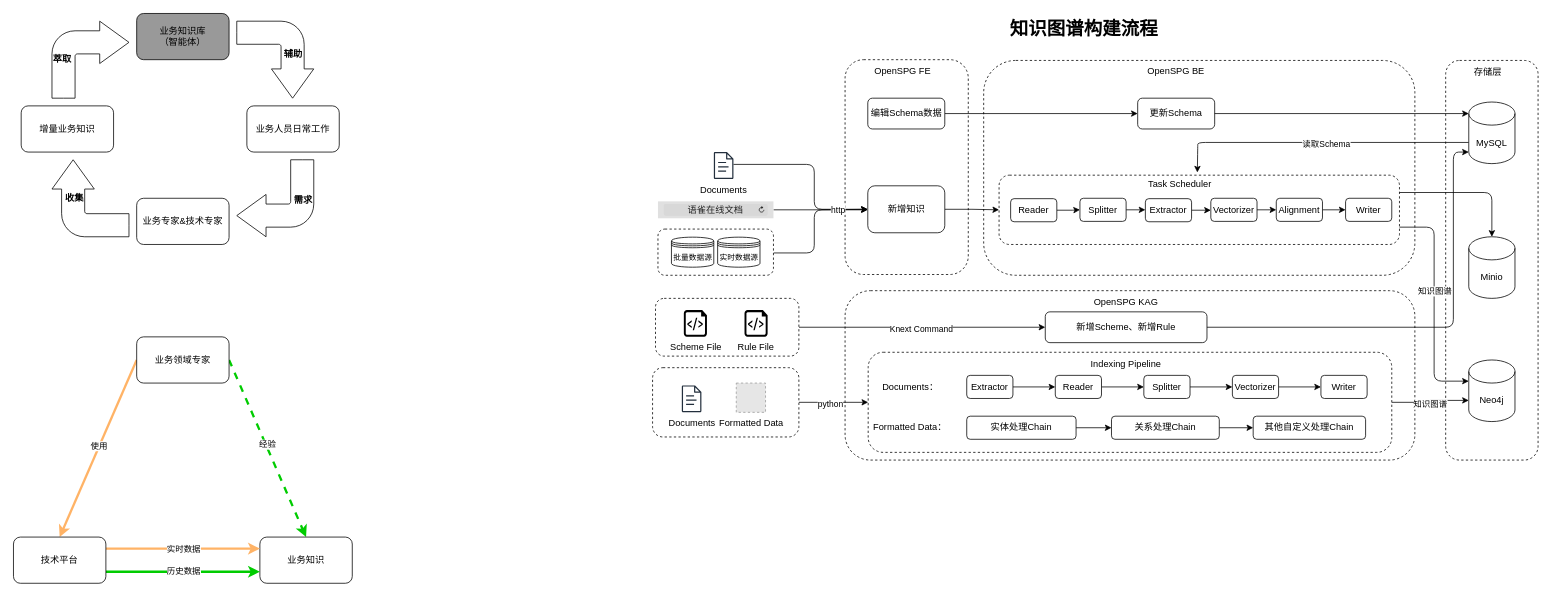
Before: biz_flow/垂直领域知识库构建整体流程.drawio in hlld3344/diagrams, a draw.io diagram. Source tidied: cells renumbered, new cells numbered last; positions are measured from the earlier drawing's top-left corner, leaving out a move shared by most shapes. Both pictures are drawn from the tidied source at 77%, with x=0, y=0 at pixel (13, 13). Pictures stored in the file or linked from it are replaced by grey dashed boxes.
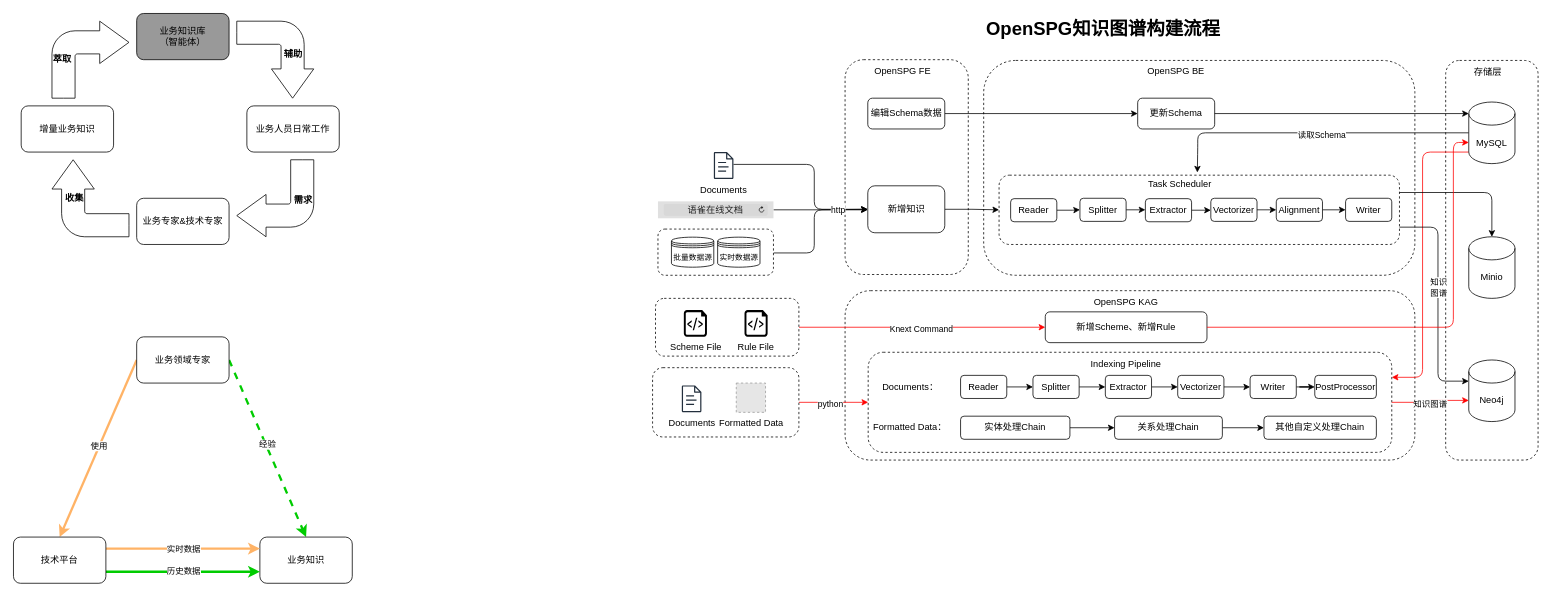
The same diagram, later.

Commit message:
更新垂直领域知识库构建整体流程.drawio

Unchanged cells that the change refers to:
```xml
<mxCell id="5" style="rounded=1;whiteSpace=wrap;html=1;dashed=1;" parent="1" vertex="1">
  <mxGeometry x="833.8" y="370" width="186.2" height="75" as="geometry" />
</mxCell>
<mxCell id="8" style="rounded=1;whiteSpace=wrap;html=1;dashed=1;" parent="1" vertex="1">
  <mxGeometry x="830" y="460" width="190" height="90" as="geometry" />
</mxCell>
<mxCell id="44" value="MySQL" style="shape=cylinder3;whiteSpace=wrap;html=1;boundedLbl=1;backgroundOutline=1;size=15;" parent="1" vertex="1">
  <mxGeometry x="1890" y="115" width="60" height="80" as="geometry" />
</mxCell>
<mxCell id="50" value="Neo4j" style="shape=cylinder3;whiteSpace=wrap;html=1;boundedLbl=1;backgroundOutline=1;size=15;" parent="1" vertex="1">
  <mxGeometry x="1890" y="450" width="60" height="80" as="geometry" />
</mxCell>
<mxCell id="58" style="rounded=1;whiteSpace=wrap;html=1;dashed=1;" parent="1" vertex="1">
  <mxGeometry x="1280" y="210" width="520" height="90" as="geometry" />
</mxCell>
<mxCell id="61" value="Task Scheduler" style="text;html=1;align=center;verticalAlign=middle;whiteSpace=wrap;rounded=0;" parent="1" vertex="1">
  <mxGeometry x="1470" y="206.5" width="90" height="30" as="geometry" />
</mxCell>
<mxCell id="77" style="rounded=1;whiteSpace=wrap;html=1;dashed=1;" parent="1" vertex="1">
  <mxGeometry x="1110" y="440" width="680" height="130" as="geometry" />
</mxCell>
<mxCell id="81" value="新增Scheme、新增Rule" style="rounded=1;whiteSpace=wrap;html=1;" parent="1" vertex="1">
  <mxGeometry x="1340" y="387.5" width="210" height="40" as="geometry" />
</mxCell>
```

Diff of the diagram source:
```diff
@@
-    <mxCell id="3" style="edgeStyle=orthogonalEdgeStyle;rounded=0;jettySize=auto;html=1;exitX=1;exitY=0.5;exitDx=0;exitDy=0;entryX=0;entryY=0.5;entryDx=0;entryDy=0;" parent="1" edge="1" source="5" target="81">
+    <mxCell id="3" style="edgeStyle=orthogonalEdgeStyle;rounded=0;jettySize=auto;html=1;exitX=1;exitY=0.5;exitDx=0;exitDy=0;entryX=0;entryY=0.5;entryDx=0;entryDy=0;strokeColor=#FF0000;" parent="1" edge="1" source="5" target="81">
       <mxGeometry relative="1" as="geometry" />
     </mxCell>
@@
-    <mxCell id="6" style="edgeStyle=orthogonalEdgeStyle;rounded=0;jettySize=auto;html=1;exitX=1;exitY=0.5;exitDx=0;exitDy=0;entryX=0;entryY=0.5;entryDx=0;entryDy=0;" parent="1" edge="1" source="8" target="77">
+    <mxCell id="6" style="edgeStyle=orthogonalEdgeStyle;rounded=0;jettySize=auto;html=1;exitX=1;exitY=0.5;exitDx=0;exitDy=0;entryX=0;entryY=0.5;entryDx=0;entryDy=0;strokeColor=#FF0000;" parent="1" edge="1" source="8" target="77">
       <mxGeometry relative="1" as="geometry" />
     </mxCell>
@@
-    <mxCell id="42" style="edgeStyle=orthogonalEdgeStyle;rounded=1;jettySize=auto;html=1;exitX=0;exitY=0;exitDx=0;exitDy=52.5;exitPerimeter=0;entryX=0.75;entryY=0;entryDx=0;entryDy=0;curved=0;" parent="1" edge="1" source="44" target="61">
+    <mxCell id="42" style="edgeStyle=orthogonalEdgeStyle;rounded=1;jettySize=auto;html=1;exitX=0;exitY=0.5;exitDx=0;exitDy=0;exitPerimeter=0;entryX=0.75;entryY=0;entryDx=0;entryDy=0;curved=0;" parent="1" edge="1" source="44" target="61">
       <mxGeometry relative="1" as="geometry">
         <Array as="points">
+          <mxPoint x="1538" y="155" />
           <mxPoint x="1538" y="173" />
-          <mxPoint x="1538" y="187" />
         </Array>
       </mxGeometry>
     </mxCell>
@@
+    <mxCell id="102" style="edgeStyle=orthogonalEdgeStyle;rounded=1;jettySize=auto;html=1;exitX=0;exitY=1;exitDx=0;exitDy=-15;exitPerimeter=0;entryX=1;entryY=0.25;entryDx=0;entryDy=0;curved=0;strokeColor=#FF0000;" parent="1" edge="1" source="44" target="77">
+      <mxGeometry relative="1" as="geometry">
+        <Array as="points">
+          <mxPoint x="1830" y="180" />
+          <mxPoint x="1830" y="473" />
+        </Array>
+      </mxGeometry>
+    </mxCell>
@@
     <mxCell id="71" style="edgeStyle=orthogonalEdgeStyle;rounded=1;jettySize=auto;html=1;exitX=1;exitY=0.75;exitDx=0;exitDy=0;entryX=0;entryY=0;entryDx=0;entryDy=27.5;entryPerimeter=0;curved=0;" parent="1" edge="1" source="58" target="50">
-      <mxGeometry relative="1" as="geometry" />
+      <mxGeometry relative="1" as="geometry">
+        <Array as="points">
+          <mxPoint x="1850" y="278" />
+          <mxPoint x="1850" y="478" />
+        </Array>
+      </mxGeometry>
     </mxCell>
-    <mxCell id="72" value="知识图谱" style="edgeLabel;html=1;align=center;verticalAlign=middle;" parent="71" vertex="1">
+    <mxCell id="72" value="知识&lt;div&gt;图谱&lt;/div&gt;" style="edgeLabel;html=1;align=center;verticalAlign=middle;" parent="71" vertex="1">
       <mxGeometry x="-0.12" relative="1" as="geometry" />
     </mxCell>
@@
-    <mxCell id="82" style="edgeStyle=orthogonalEdgeStyle;rounded=1;jettySize=auto;html=1;exitX=1;exitY=0.5;exitDx=0;exitDy=0;entryX=0;entryY=1;entryDx=0;entryDy=-15;entryPerimeter=0;curved=0;" parent="1" edge="1" source="81" target="44">
+    <mxCell id="82" style="edgeStyle=orthogonalEdgeStyle;rounded=1;jettySize=auto;html=1;exitX=1;exitY=0.5;exitDx=0;exitDy=0;entryX=0;entryY=0;entryDx=0;entryDy=52.5;entryPerimeter=0;curved=0;strokeColor=#FF0000;" parent="1" edge="1" source="81" target="44">
       <mxGeometry relative="1" as="geometry">
         <Array as="points">
           <mxPoint x="1870" y="408" />
-          <mxPoint x="1870" y="180" />
+          <mxPoint x="1870" y="168" />
         </Array>
       </mxGeometry>
     </mxCell>
@@
-    <mxCell id="84" value="Reader" style="rounded=1;whiteSpace=wrap;html=1;" parent="1" vertex="1">
-      <mxGeometry x="1353" y="470" width="60" height="30" as="geometry" />
+    <mxCell id="84" value="Splitter" style="rounded=1;whiteSpace=wrap;html=1;" parent="1" vertex="1">
+      <mxGeometry x="1324" y="470" width="60" height="30" as="geometry" />
     </mxCell>
@@
-    <mxCell id="86" value="Extractor" style="rounded=1;whiteSpace=wrap;html=1;" parent="1" vertex="1">
-      <mxGeometry x="1238" y="470" width="60" height="30" as="geometry" />
+    <mxCell id="86" value="Reader" style="rounded=1;whiteSpace=wrap;html=1;" parent="1" vertex="1">
+      <mxGeometry x="1230" y="470" width="60" height="30" as="geometry" />
     </mxCell>
@@
-    <mxCell id="88" value="Splitter" style="rounded=1;whiteSpace=wrap;html=1;" parent="1" vertex="1">
-      <mxGeometry x="1468" y="470" width="60" height="30" as="geometry" />
+    <mxCell id="88" value="Extractor" style="rounded=1;whiteSpace=wrap;html=1;" parent="1" vertex="1">
+      <mxGeometry x="1418" y="470" width="60" height="30" as="geometry" />
     </mxCell>
+    <mxCell id="103" style="edgeStyle=orthogonalEdgeStyle;rounded=0;jettySize=auto;html=1;exitX=1;exitY=0.5;exitDx=0;exitDy=0;" parent="1" edge="1" source="89" target="104">
+      <mxGeometry relative="1" as="geometry" />
+    </mxCell>
     <mxCell id="89" value="Writer" style="rounded=1;whiteSpace=wrap;html=1;" parent="1" vertex="1">
-      <mxGeometry x="1698" y="470" width="60" height="30" as="geometry" />
+      <mxGeometry x="1606" y="470" width="60" height="30" as="geometry" />
     </mxCell>
@@
     <mxCell id="91" value="Vectorizer" style="rounded=1;whiteSpace=wrap;html=1;" parent="1" vertex="1">
-      <mxGeometry x="1583" y="470" width="60" height="30" as="geometry" />
+      <mxGeometry x="1512" y="470" width="60" height="30" as="geometry" />
     </mxCell>
@@
     <mxCell id="95" value="实体处理Chain" style="rounded=1;whiteSpace=wrap;html=1;" parent="1" vertex="1">
-      <mxGeometry x="1238" y="523" width="142" height="30" as="geometry" />
+      <mxGeometry x="1230" y="523" width="142" height="30" as="geometry" />
     </mxCell>
-    <mxCell id="96" style="edgeStyle=orthogonalEdgeStyle;rounded=0;jettySize=auto;html=1;exitX=1;exitY=0.5;exitDx=0;exitDy=0;entryX=0;entryY=0;entryDx=0;entryDy=52.5;entryPerimeter=0;" parent="1" edge="1" source="77" target="50">
+    <mxCell id="96" style="edgeStyle=orthogonalEdgeStyle;rounded=0;jettySize=auto;html=1;exitX=1;exitY=0.5;exitDx=0;exitDy=0;entryX=0;entryY=0;entryDx=0;entryDy=52.5;entryPerimeter=0;strokeColor=#FF0000;" parent="1" edge="1" source="77" target="50">
       <mxGeometry relative="1" as="geometry" />
     </mxCell>
@@
     <mxCell id="99" value="关系处理Chain" style="rounded=1;whiteSpace=wrap;html=1;" parent="1" vertex="1">
-      <mxGeometry x="1426" y="523" width="140" height="30" as="geometry" />
+      <mxGeometry x="1430" y="523" width="140" height="30" as="geometry" />
     </mxCell>
     <mxCell id="100" value="其他自定义处理Chain" style="rounded=1;whiteSpace=wrap;html=1;" parent="1" vertex="1">
-      <mxGeometry x="1610" y="523" width="146" height="30" as="geometry" />
+      <mxGeometry x="1624" y="523" width="146" height="30" as="geometry" />
     </mxCell>
-    <mxCell id="101" value="知识图谱构建流程" style="text;strokeColor=none;fillColor=none;html=1;fontSize=24;fontStyle=1;verticalAlign=middle;align=center;" parent="1" vertex="1">
-      <mxGeometry x="1230" width="320" height="40" as="geometry" />
+    <mxCell id="101" value="OpenSPG知识图谱构建流程" style="text;strokeColor=none;fillColor=none;html=1;fontSize=24;fontStyle=1;verticalAlign=middle;align=center;" parent="1" vertex="1">
+      <mxGeometry x="1255" width="320" height="40" as="geometry" />
     </mxCell>
+    <mxCell id="104" value="PostProcessor" style="rounded=1;whiteSpace=wrap;html=1;" parent="1" vertex="1">
+      <mxGeometry x="1690" y="470" width="80" height="30" as="geometry" />
+    </mxCell>
```
